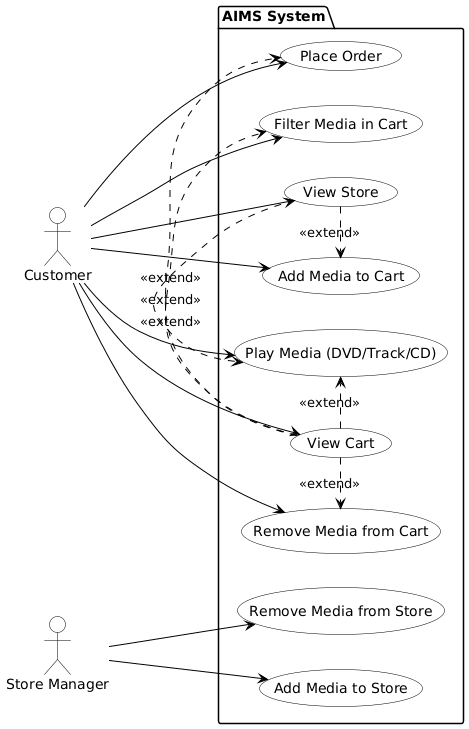
This is AimsProject/Design/UseCaseDiagram.png from longnb134/OOPlab-761938-202416970-NguyenBaLong, a PlantUML export, as it was before one commit.
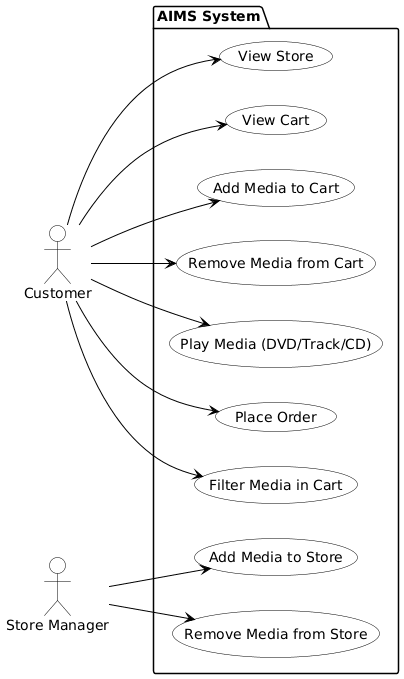
The same file after the commit.

Commit message:
Update Use Case Diagram PNG and delete source files

The edit, as a diff of the source:
```diff
@@ -38,11 +38,4 @@
 M --> UC8
 M --> UC9
 
-UC1 .> UC3 : <<extend>>
-UC1 .> UC5 : <<extend>>
-UC2 .> UC4 : <<extend>>
-UC2 .> UC5 : <<extend>>
-UC2 .> UC6 : <<extend>>
-UC2 .> UC7 : <<extend>>
-
 @enduml
```
